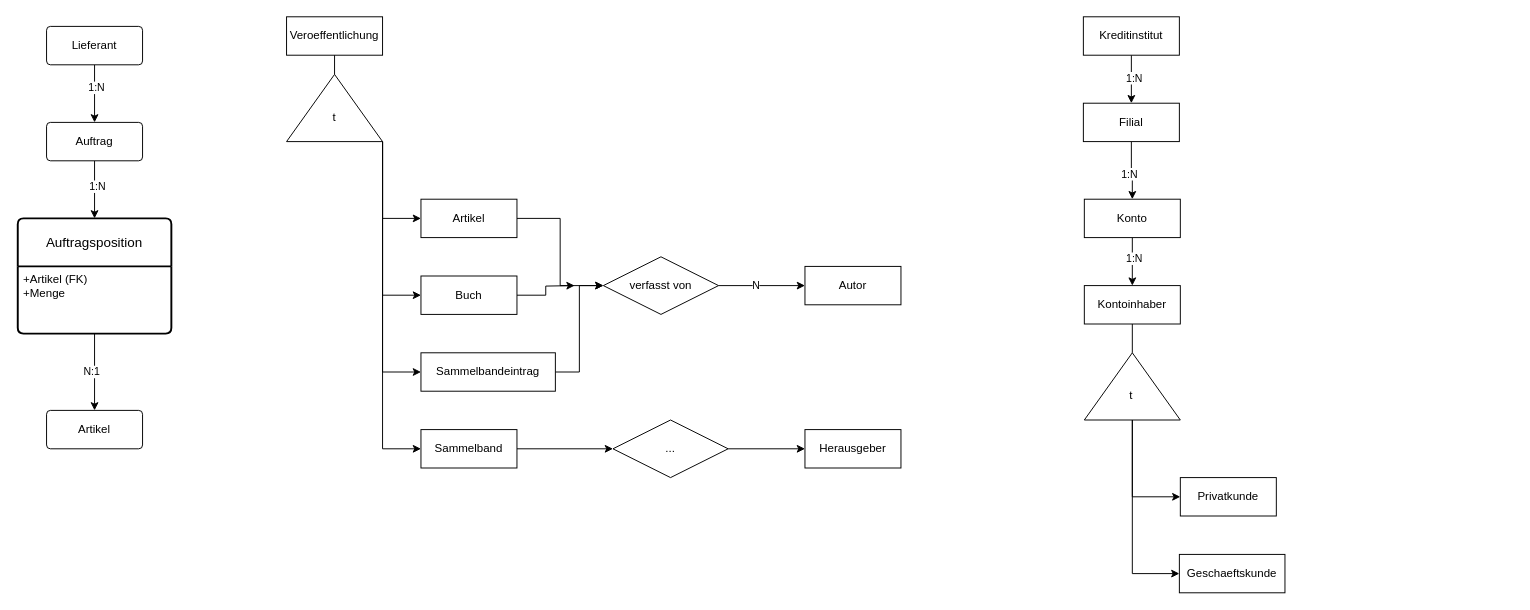
genee19/klr-164-data-engineer-at keeps this draw.io diagram as 05-Fragmente.drawio. Above is the earlier version. Source tidied: cells renumbered, new cells numbered last; positions are measured from the earlier drawing's top-left corner, leaving out a move shared by most shapes. Both pictures are drawn from the tidied source at 96%, with x=0, y=0 at pixel (17, 16).
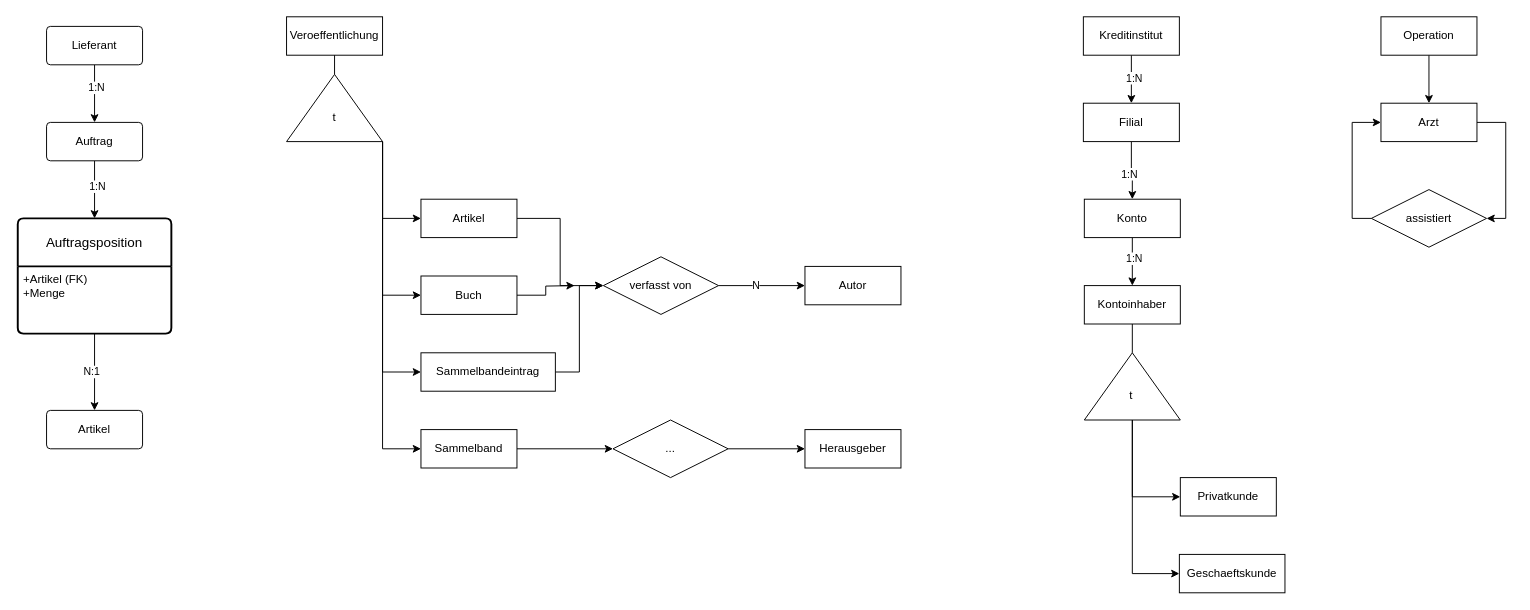
The same diagram, later.

What changed in the source:
```diff
@@
+    <mxCell id="53" style="edgeStyle=orthogonalEdgeStyle;rounded=0;jettySize=auto;html=1;exitX=0.5;exitY=1;exitDx=0;exitDy=0;entryX=0.5;entryY=0;entryDx=0;entryDy=0;" parent="1" edge="1" source="54" target="56">
+      <mxGeometry relative="1" as="geometry" />
+    </mxCell>
+    <mxCell id="54" value="Operation" style="whiteSpace=wrap;html=1;align=center;" parent="1" vertex="1">
+      <mxGeometry x="1420" width="100" height="40" as="geometry" />
+    </mxCell>
+    <mxCell id="55" style="edgeStyle=orthogonalEdgeStyle;rounded=0;jettySize=auto;html=1;exitX=1;exitY=0.5;exitDx=0;exitDy=0;entryX=1;entryY=0.5;entryDx=0;entryDy=0;" parent="1" edge="1" source="56" target="58">
+      <mxGeometry relative="1" as="geometry" />
+    </mxCell>
+    <mxCell id="56" value="Arzt" style="whiteSpace=wrap;html=1;align=center;" parent="1" vertex="1">
+      <mxGeometry x="1420" y="90" width="100" height="40" as="geometry" />
+    </mxCell>
+    <mxCell id="57" style="edgeStyle=orthogonalEdgeStyle;rounded=0;jettySize=auto;html=1;exitX=0;exitY=0.5;exitDx=0;exitDy=0;entryX=0;entryY=0.5;entryDx=0;entryDy=0;" parent="1" edge="1" source="58" target="56">
+      <mxGeometry relative="1" as="geometry" />
+    </mxCell>
+    <mxCell id="58" value="assistiert" style="shape=rhombus;perimeter=rhombusPerimeter;whiteSpace=wrap;html=1;align=center;" parent="1" vertex="1">
+      <mxGeometry x="1410" y="180" width="120" height="60" as="geometry" />
+    </mxCell>
```
